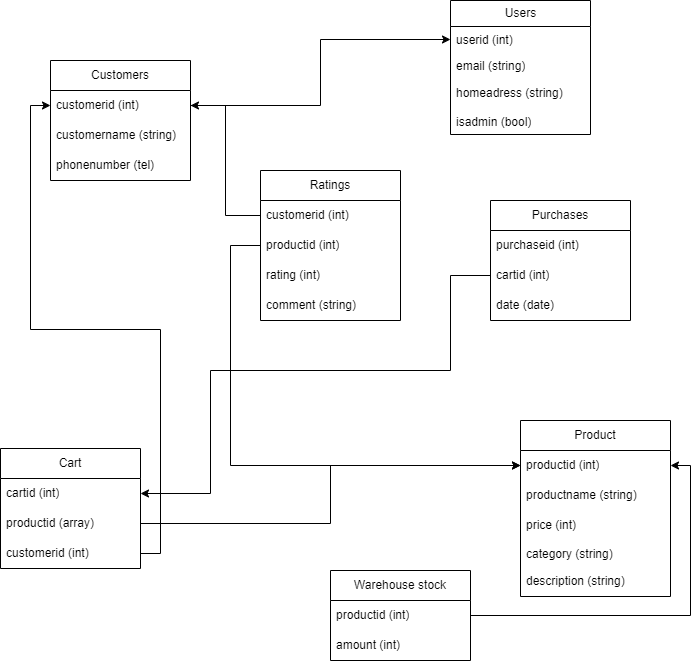
Earlier version of the draw.io export adatbazisterv/adatbazisterv.drawio.png (NoSignificantFrustration/RF1). Source tidied: cells renumbered, new cells last; positions are measured from the earlier drawing's top-left corner, leaving out a move shared by most shapes.
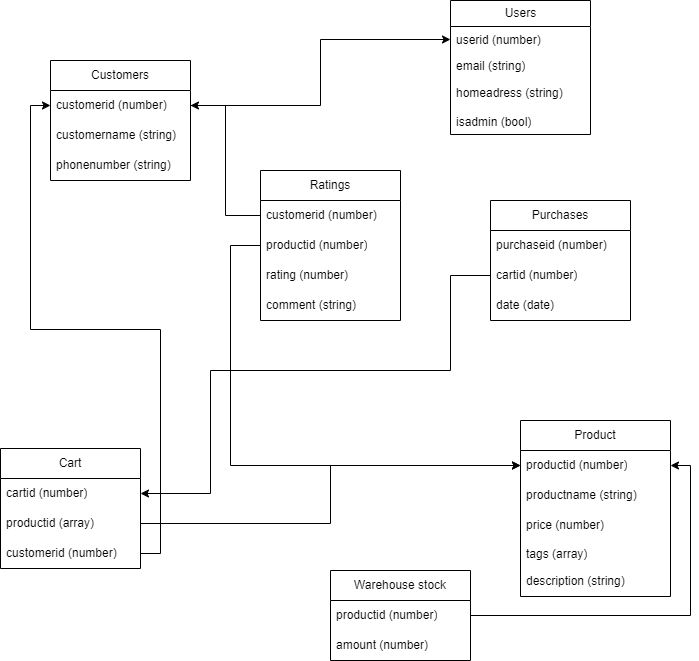
After the commit.

Diff of the diagram source:
```diff
@@ -5,16 +5,16 @@
     <mxCell id="2" value="Product" style="swimlane;fontStyle=0;horizontal=1;startSize=30;whiteSpace=wrap;html=1;" parent="1" vertex="1">
       <mxGeometry x="520" y="420" width="150" height="176" as="geometry" />
     </mxCell>
-    <mxCell id="3" value="productid (int)" style="text;strokeColor=none;fillColor=none;align=left;verticalAlign=middle;spacingLeft=4;spacingRight=4;overflow=hidden;points=[[0,0.5],[1,0.5]];portConstraint=eastwest;whiteSpace=wrap;html=1;" parent="2" vertex="1">
+    <mxCell id="3" value="productid (number)" style="text;strokeColor=none;fillColor=none;align=left;verticalAlign=middle;spacingLeft=4;spacingRight=4;overflow=hidden;points=[[0,0.5],[1,0.5]];portConstraint=eastwest;whiteSpace=wrap;html=1;" parent="2" vertex="1">
       <mxGeometry y="30" width="150" height="30" as="geometry" />
     </mxCell>
     <mxCell id="4" value="productname (string)" style="text;strokeColor=none;fillColor=none;align=left;verticalAlign=middle;spacingLeft=4;spacingRight=4;overflow=hidden;whiteSpace=wrap;html=1;" parent="2" vertex="1">
       <mxGeometry y="60" width="150" height="30" as="geometry" />
     </mxCell>
-    <mxCell id="5" value="price (int)" style="text;strokeColor=none;fillColor=none;align=left;verticalAlign=middle;spacingLeft=4;spacingRight=4;overflow=hidden;whiteSpace=wrap;html=1;" parent="2" vertex="1">
+    <mxCell id="5" value="price (number)" style="text;strokeColor=none;fillColor=none;align=left;verticalAlign=middle;spacingLeft=4;spacingRight=4;overflow=hidden;whiteSpace=wrap;html=1;" parent="2" vertex="1">
       <mxGeometry y="90" width="150" height="30" as="geometry" />
     </mxCell>
-    <mxCell id="6" value="category (string)" style="text;strokeColor=none;fillColor=none;align=left;verticalAlign=top;spacingLeft=4;spacingRight=4;overflow=hidden;whiteSpace=wrap;html=1;" parent="2" vertex="1">
+    <mxCell id="6" value="tags (array)" style="text;strokeColor=none;fillColor=none;align=left;verticalAlign=top;spacingLeft=4;spacingRight=4;overflow=hidden;whiteSpace=wrap;html=1;" parent="2" vertex="1">
       <mxGeometry y="120" width="150" height="26" as="geometry" />
     </mxCell>
     <mxCell id="7" value="description (string)" style="text;strokeColor=none;fillColor=none;align=left;verticalAlign=middle;spacingLeft=4;spacingRight=4;overflow=hidden;whiteSpace=wrap;html=1;" parent="2" vertex="1">
@@ -23,7 +23,7 @@
     <mxCell id="8" value="Users" style="swimlane;fontStyle=0;horizontal=1;startSize=26;fillColor=none;html=1;" parent="1" vertex="1">
       <mxGeometry x="450" width="140" height="134" as="geometry" />
     </mxCell>
-    <mxCell id="9" value="userid (int)" style="text;strokeColor=none;fillColor=none;align=left;verticalAlign=top;spacingLeft=4;spacingRight=4;overflow=hidden;points=[[0,0.5],[1,0.5]];portConstraint=eastwest;whiteSpace=wrap;html=1;" parent="8" vertex="1">
+    <mxCell id="9" value="userid (number)" style="text;strokeColor=none;fillColor=none;align=left;verticalAlign=top;spacingLeft=4;spacingRight=4;overflow=hidden;points=[[0,0.5],[1,0.5]];portConstraint=eastwest;whiteSpace=wrap;html=1;" parent="8" vertex="1">
       <mxGeometry y="26" width="140" height="26" as="geometry" />
     </mxCell>
     <mxCell id="10" value="email (string)" style="text;strokeColor=none;fillColor=none;align=left;verticalAlign=top;spacingLeft=4;spacingRight=4;overflow=hidden;whiteSpace=wrap;html=1;" parent="8" vertex="1">
@@ -38,34 +38,34 @@
     <mxCell id="13" value="Customers" style="swimlane;fontStyle=0;horizontal=1;startSize=30;whiteSpace=wrap;html=1;" parent="1" vertex="1">
       <mxGeometry x="50" y="60" width="140" height="120" as="geometry" />
     </mxCell>
-    <mxCell id="14" value="customerid (int)" style="text;strokeColor=none;fillColor=none;align=left;verticalAlign=middle;spacingLeft=4;spacingRight=4;overflow=hidden;points=[[0,0.5],[1,0.5]];portConstraint=eastwest;whiteSpace=wrap;html=1;" parent="13" vertex="1">
+    <mxCell id="14" value="customerid (number)" style="text;strokeColor=none;fillColor=none;align=left;verticalAlign=middle;spacingLeft=4;spacingRight=4;overflow=hidden;points=[[0,0.5],[1,0.5]];portConstraint=eastwest;whiteSpace=wrap;html=1;" parent="13" vertex="1">
       <mxGeometry y="30" width="140" height="30" as="geometry" />
     </mxCell>
     <mxCell id="15" value="customername (string)" style="text;strokeColor=none;fillColor=none;align=left;verticalAlign=middle;spacingLeft=4;spacingRight=4;overflow=hidden;whiteSpace=wrap;html=1;" parent="13" vertex="1">
       <mxGeometry y="60" width="140" height="30" as="geometry" />
     </mxCell>
-    <mxCell id="16" value="phonenumber (tel)" style="text;strokeColor=none;fillColor=none;align=left;verticalAlign=middle;spacingLeft=4;spacingRight=4;overflow=hidden;whiteSpace=wrap;html=1;" parent="13" vertex="1">
+    <mxCell id="16" value="phonenumber (string)" style="text;strokeColor=none;fillColor=none;align=left;verticalAlign=middle;spacingLeft=4;spacingRight=4;overflow=hidden;whiteSpace=wrap;html=1;" parent="13" vertex="1">
       <mxGeometry y="90" width="140" height="30" as="geometry" />
     </mxCell>
     <mxCell id="17" value="Cart" style="swimlane;fontStyle=0;horizontal=1;startSize=30;whiteSpace=wrap;html=1;" parent="1" vertex="1">
       <mxGeometry y="448" width="140" height="120" as="geometry" />
     </mxCell>
-    <mxCell id="18" value="cartid (int)" style="text;strokeColor=none;fillColor=none;align=left;verticalAlign=middle;spacingLeft=4;spacingRight=4;overflow=hidden;points=[[0,0.5],[1,0.5]];portConstraint=eastwest;whiteSpace=wrap;html=1;" parent="17" vertex="1">
+    <mxCell id="18" value="cartid (number)" style="text;strokeColor=none;fillColor=none;align=left;verticalAlign=middle;spacingLeft=4;spacingRight=4;overflow=hidden;points=[[0,0.5],[1,0.5]];portConstraint=eastwest;whiteSpace=wrap;html=1;" parent="17" vertex="1">
       <mxGeometry y="30" width="140" height="30" as="geometry" />
     </mxCell>
     <mxCell id="19" value="productid (array)" style="text;strokeColor=none;fillColor=none;align=left;verticalAlign=middle;spacingLeft=4;spacingRight=4;overflow=hidden;points=[[0,0.5],[1,0.5]];portConstraint=eastwest;whiteSpace=wrap;html=1;" parent="17" vertex="1">
       <mxGeometry y="60" width="140" height="30" as="geometry" />
     </mxCell>
-    <mxCell id="20" value="customerid (int)" style="text;strokeColor=none;fillColor=none;align=left;verticalAlign=middle;spacingLeft=4;spacingRight=4;overflow=hidden;points=[[0,0.5],[1,0.5]];portConstraint=eastwest;whiteSpace=wrap;html=1;" parent="17" vertex="1">
+    <mxCell id="20" value="customerid (number)" style="text;strokeColor=none;fillColor=none;align=left;verticalAlign=middle;spacingLeft=4;spacingRight=4;overflow=hidden;points=[[0,0.5],[1,0.5]];portConstraint=eastwest;whiteSpace=wrap;html=1;" parent="17" vertex="1">
       <mxGeometry y="90" width="140" height="30" as="geometry" />
     </mxCell>
     <mxCell id="21" value="Purchases" style="swimlane;fontStyle=0;horizontal=1;startSize=30;whiteSpace=wrap;html=1;" parent="1" vertex="1">
       <mxGeometry x="490" y="200" width="140" height="120" as="geometry" />
     </mxCell>
-    <mxCell id="22" value="purchaseid (int)" style="text;strokeColor=none;fillColor=none;align=left;verticalAlign=middle;spacingLeft=4;spacingRight=4;overflow=hidden;whiteSpace=wrap;html=1;" parent="21" vertex="1">
+    <mxCell id="22" value="purchaseid (number)" style="text;strokeColor=none;fillColor=none;align=left;verticalAlign=middle;spacingLeft=4;spacingRight=4;overflow=hidden;whiteSpace=wrap;html=1;" parent="21" vertex="1">
       <mxGeometry y="30" width="140" height="30" as="geometry" />
     </mxCell>
-    <mxCell id="23" value="cartid (int)" style="text;strokeColor=none;fillColor=none;align=left;verticalAlign=middle;spacingLeft=4;spacingRight=4;overflow=hidden;points=[[0,0.5],[1,0.5]];portConstraint=eastwest;whiteSpace=wrap;html=1;" parent="21" vertex="1">
+    <mxCell id="23" value="cartid (number)" style="text;strokeColor=none;fillColor=none;align=left;verticalAlign=middle;spacingLeft=4;spacingRight=4;overflow=hidden;points=[[0,0.5],[1,0.5]];portConstraint=eastwest;whiteSpace=wrap;html=1;" parent="21" vertex="1">
       <mxGeometry y="60" width="140" height="30" as="geometry" />
     </mxCell>
     <mxCell id="24" value="date (date)" style="text;strokeColor=none;fillColor=none;align=left;verticalAlign=middle;spacingLeft=4;spacingRight=4;overflow=hidden;whiteSpace=wrap;html=1;" parent="21" vertex="1">
@@ -74,10 +74,10 @@
     <mxCell id="25" value="Warehouse stock" style="swimlane;fontStyle=0;horizontal=1;startSize=30;whiteSpace=wrap;html=1;" parent="1" vertex="1">
       <mxGeometry x="330" y="570" width="140" height="90" as="geometry" />
     </mxCell>
-    <mxCell id="26" value="productid (int)" style="text;strokeColor=none;fillColor=none;align=left;verticalAlign=middle;spacingLeft=4;spacingRight=4;overflow=hidden;points=[[0,0.5],[1,0.5]];portConstraint=eastwest;whiteSpace=wrap;html=1;" parent="25" vertex="1">
+    <mxCell id="26" value="productid (number)" style="text;strokeColor=none;fillColor=none;align=left;verticalAlign=middle;spacingLeft=4;spacingRight=4;overflow=hidden;points=[[0,0.5],[1,0.5]];portConstraint=eastwest;whiteSpace=wrap;html=1;" parent="25" vertex="1">
       <mxGeometry y="30" width="140" height="30" as="geometry" />
     </mxCell>
-    <mxCell id="27" value="amount (int)" style="text;strokeColor=none;fillColor=none;align=left;verticalAlign=middle;spacingLeft=4;spacingRight=4;overflow=hidden;whiteSpace=wrap;html=1;" parent="25" vertex="1">
+    <mxCell id="27" value="amount (number)" style="text;strokeColor=none;fillColor=none;align=left;verticalAlign=middle;spacingLeft=4;spacingRight=4;overflow=hidden;whiteSpace=wrap;html=1;" parent="25" vertex="1">
       <mxGeometry y="60" width="140" height="30" as="geometry" />
     </mxCell>
     <mxCell id="28" style="edgeStyle=orthogonalEdgeStyle;rounded=0;jettySize=auto;html=1;entryX=0;entryY=0.5;entryDx=0;entryDy=0;" parent="1" edge="1" source="14" target="9">
@@ -92,13 +92,13 @@
     <mxCell id="31" value="Ratings" style="swimlane;fontStyle=0;horizontal=1;startSize=30;whiteSpace=wrap;html=1;" parent="1" vertex="1">
       <mxGeometry x="260" y="170" width="140" height="150" as="geometry" />
     </mxCell>
-    <mxCell id="32" value="customerid (int)" style="text;strokeColor=none;fillColor=none;align=left;verticalAlign=middle;spacingLeft=4;spacingRight=4;overflow=hidden;points=[[0,0.5],[1,0.5]];portConstraint=eastwest;whiteSpace=wrap;html=1;" parent="31" vertex="1">
+    <mxCell id="32" value="customerid (number)" style="text;strokeColor=none;fillColor=none;align=left;verticalAlign=middle;spacingLeft=4;spacingRight=4;overflow=hidden;points=[[0,0.5],[1,0.5]];portConstraint=eastwest;whiteSpace=wrap;html=1;" parent="31" vertex="1">
       <mxGeometry y="30" width="140" height="30" as="geometry" />
     </mxCell>
-    <mxCell id="33" value="productid (int)" style="text;strokeColor=none;fillColor=none;align=left;verticalAlign=middle;spacingLeft=4;spacingRight=4;overflow=hidden;points=[[0,0.5],[1,0.5]];portConstraint=eastwest;whiteSpace=wrap;html=1;" parent="31" vertex="1">
+    <mxCell id="33" value="productid (number)" style="text;strokeColor=none;fillColor=none;align=left;verticalAlign=middle;spacingLeft=4;spacingRight=4;overflow=hidden;points=[[0,0.5],[1,0.5]];portConstraint=eastwest;whiteSpace=wrap;html=1;" parent="31" vertex="1">
       <mxGeometry y="60" width="140" height="30" as="geometry" />
     </mxCell>
-    <mxCell id="34" value="rating (int)" style="text;strokeColor=none;fillColor=none;align=left;verticalAlign=middle;spacingLeft=4;spacingRight=4;overflow=hidden;whiteSpace=wrap;html=1;" parent="31" vertex="1">
+    <mxCell id="34" value="rating (number)" style="text;strokeColor=none;fillColor=none;align=left;verticalAlign=middle;spacingLeft=4;spacingRight=4;overflow=hidden;whiteSpace=wrap;html=1;" parent="31" vertex="1">
       <mxGeometry y="90" width="140" height="30" as="geometry" />
     </mxCell>
     <mxCell id="35" value="comment (string)" style="text;strokeColor=none;fillColor=none;align=left;verticalAlign=middle;spacingLeft=4;spacingRight=4;overflow=hidden;whiteSpace=wrap;html=1;" parent="31" vertex="1">
```
